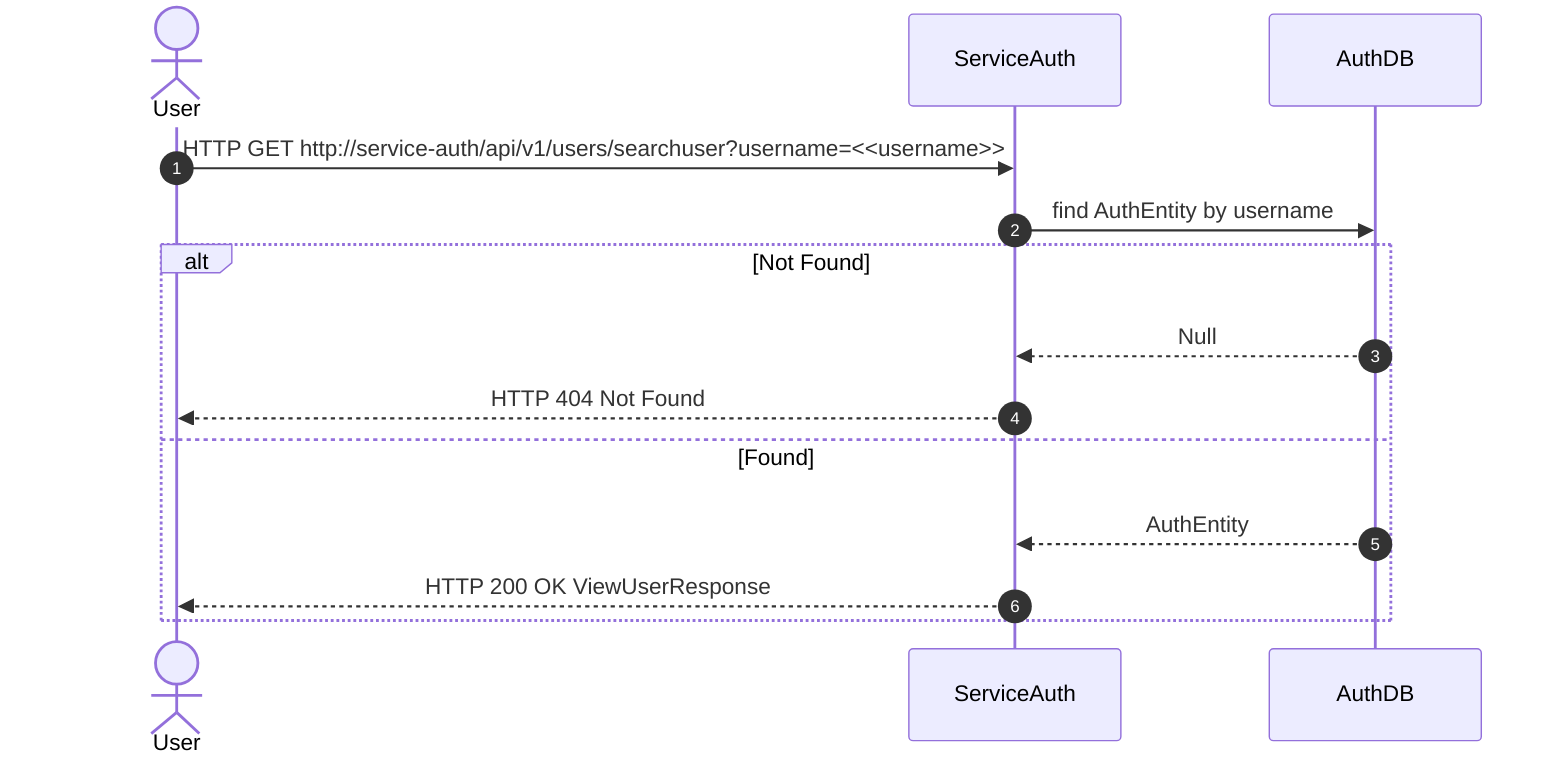
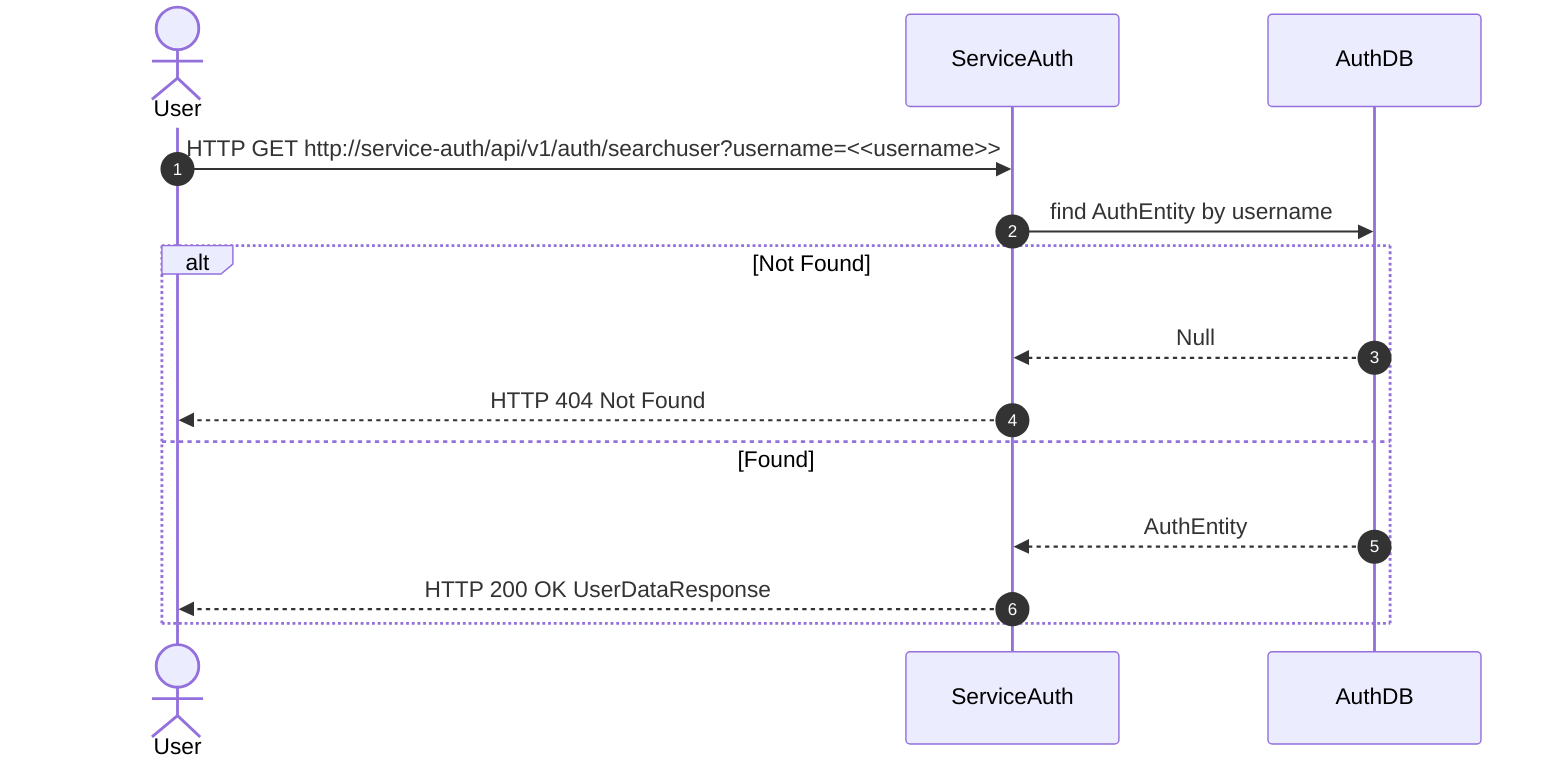
sequenceDiagram
    autonumber
    actor User
    participant ServiceAuth
    participant AuthDB

-     User             ->>  ServiceAuth   :   HTTP GET http://service-auth/api/v1/users/searchuser?username=<<username>>
+     User             ->>  ServiceAuth   :   HTTP GET http://service-auth/api/v1/auth/searchuser?username=<<username>>
    ServiceAuth      ->>  AuthDB        :   find AuthEntity by username
    alt Not Found
        AuthDB       -->> ServiceAuth   :   Null
        ServiceAuth  -->> User          :   HTTP 404 Not Found
    else Found
        AuthDB       -->> ServiceAuth   :   AuthEntity
-         ServiceAuth  -->> User          :   HTTP 200 OK ViewUserResponse
+         ServiceAuth  -->> User          :   HTTP 200 OK UserDataResponse
    end